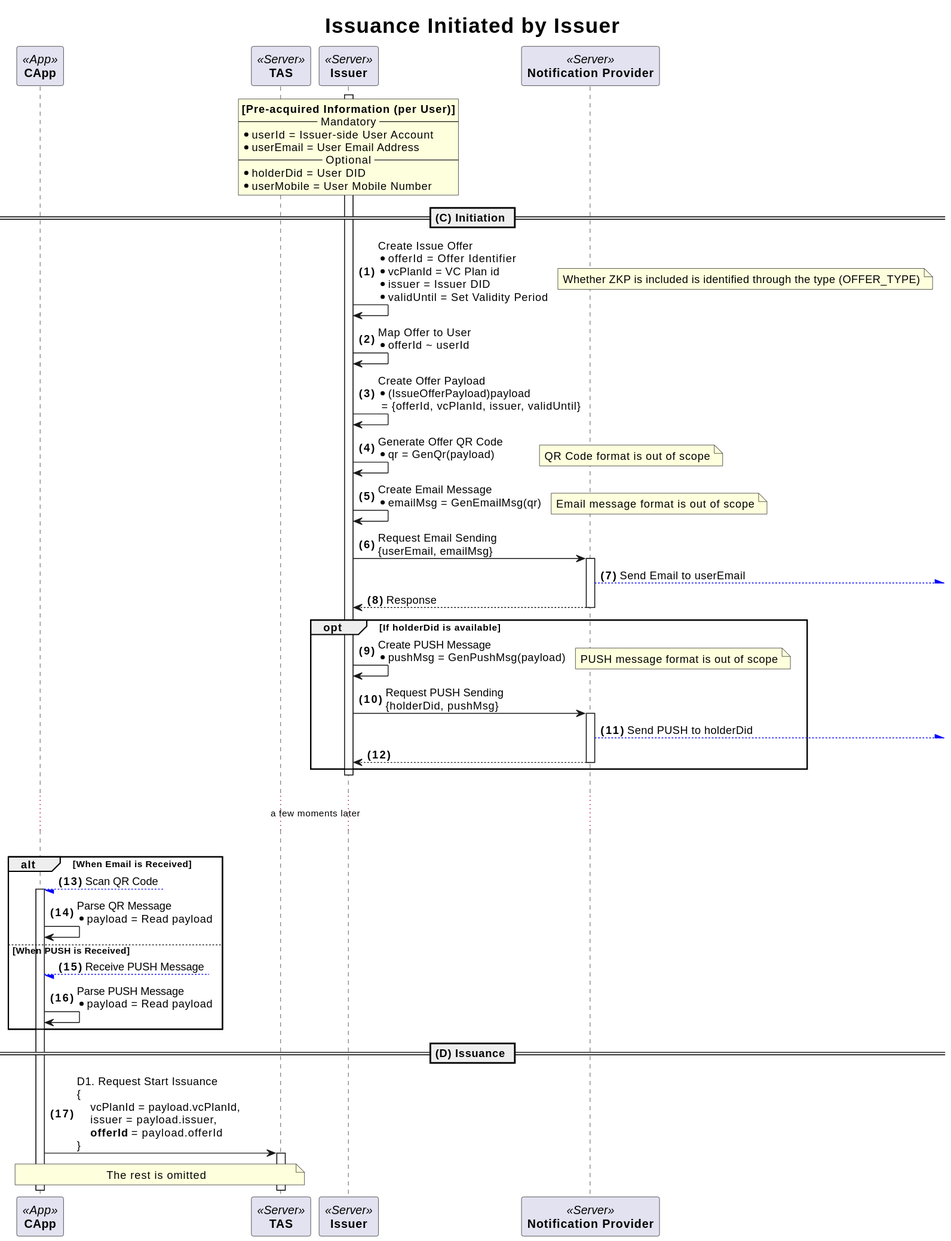
This is docs/concepts/images/seq_issuer_init.svg from OmniOneID/did-doc-architecture, a PlantUML export, as it was before one commit.
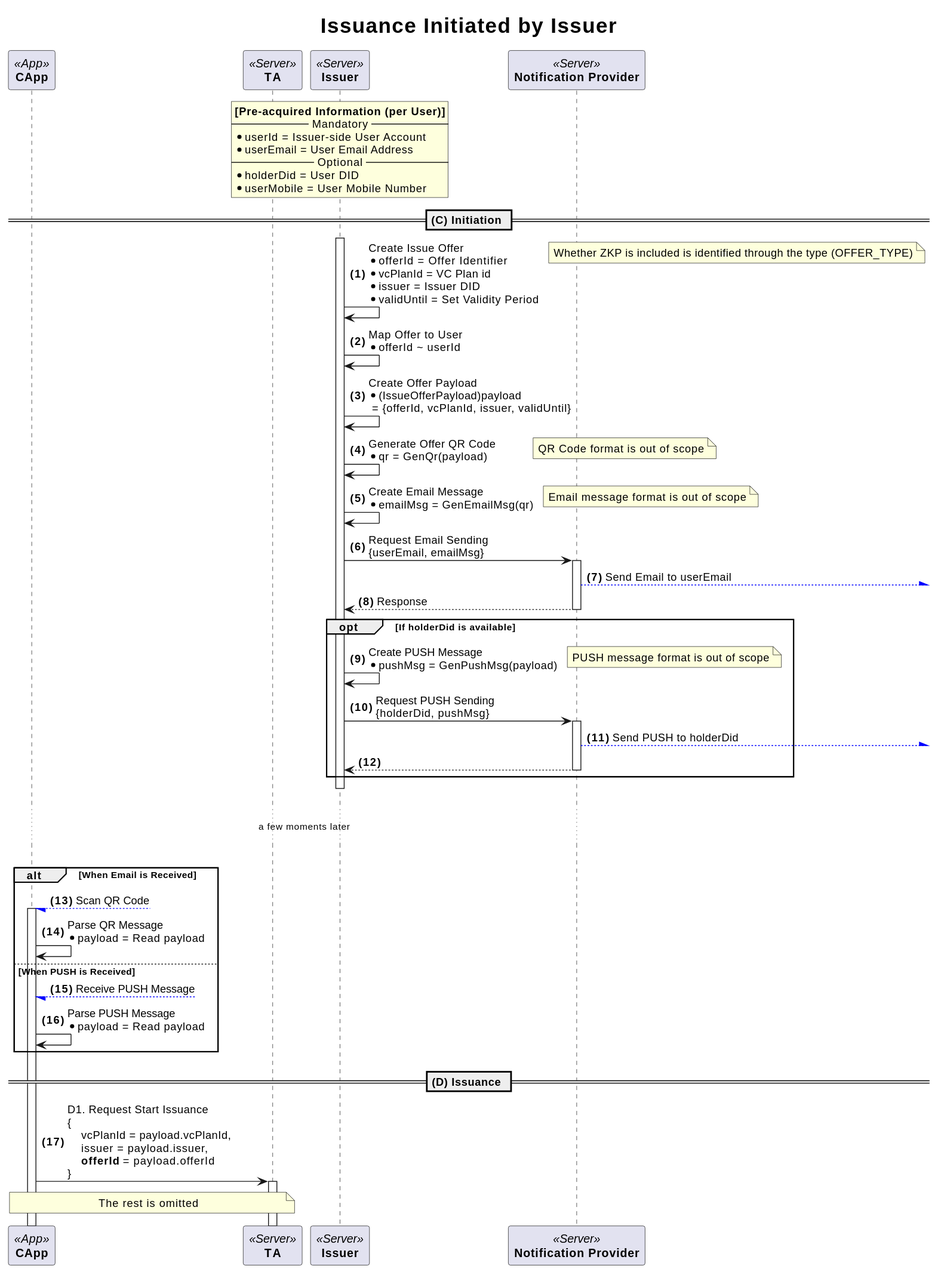
After the change.

Change to the diagram source:
```diff
@@ -6,7 +6,7 @@
 autonumber "<b>(#)</b>"
 
 participant "**CApp**" as ca <<App>>
-participant "**TAS**" as tas <<Server>>
+participant "**TA**" as tas <<Server>>
 participant "**Issuer**" as vf <<Server>>
 participant "**Notification Provider**" as noti <<Server>>
 
```
